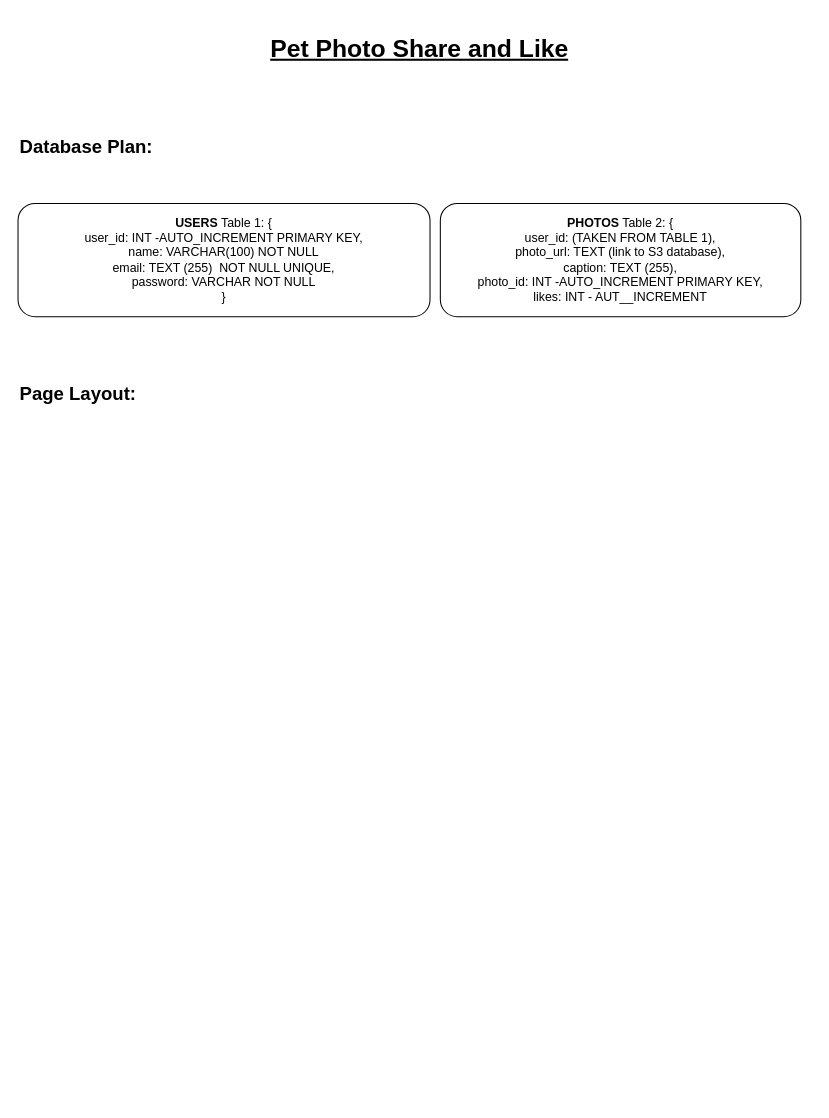
tonesfrantz/flask-app keeps this draw.io diagram as page "Page-1" (1 of 2) of planning_diagrams.drawio. Above is the earlier version. Source tidied: cells renumbered, new cells numbered last; positions are measured from the earlier drawing's top-left corner, leaving out a move shared by most shapes. Both pictures are drawn from the tidied source at 103%, with x=0, y=0 at pixel (18, 28).
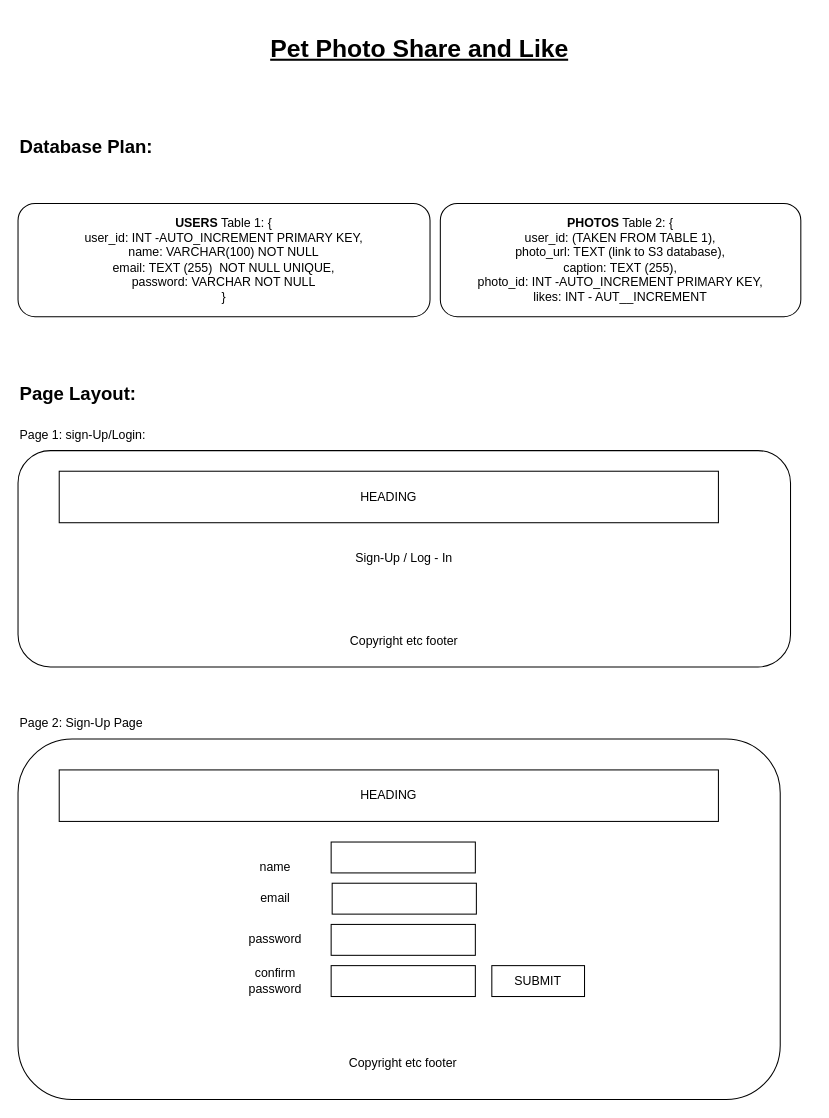
After the change.

Commit message (it also covers changes not shown here):
continued_planning

What changed in the source:
```diff
@@
+    <mxCell id="7" value="Sign-Up / Log - In" style="rounded=1;whiteSpace=wrap;html=1;" parent="1" vertex="1">
+      <mxGeometry y="410" width="750" height="210" as="geometry" />
+    </mxCell>
+    <mxCell id="8" value="Page 1: sign-Up/Login:" style="text;html=1;strokeColor=none;fillColor=none;align=left;verticalAlign=middle;whiteSpace=wrap;rounded=0;" parent="1" vertex="1">
+      <mxGeometry y="380" width="170" height="30" as="geometry" />
+    </mxCell>
+    <mxCell id="9" value="Page 2: Sign-Up Page" style="text;html=1;strokeColor=none;fillColor=none;align=left;verticalAlign=middle;whiteSpace=wrap;rounded=0;" parent="1" vertex="1">
+      <mxGeometry y="660" width="170" height="30" as="geometry" />
+    </mxCell>
+    <mxCell id="10" style="rounded=1;whiteSpace=wrap;html=1;" parent="1" vertex="1">
+      <mxGeometry y="690" width="740" height="350" as="geometry" />
+    </mxCell>
+    <mxCell id="11" value="HEADING" style="rounded=0;whiteSpace=wrap;html=1;" parent="1" vertex="1">
+      <mxGeometry x="40" y="430" width="640" height="50" as="geometry" />
+    </mxCell>
+    <mxCell id="12" value="HEADING" style="rounded=0;whiteSpace=wrap;html=1;" parent="1" vertex="1">
+      <mxGeometry x="40" y="720" width="640" height="50" as="geometry" />
+    </mxCell>
+    <mxCell id="13" style="rounded=0;whiteSpace=wrap;html=1;" parent="1" vertex="1">
+      <mxGeometry x="304" y="790" width="140" height="30" as="geometry" />
+    </mxCell>
+    <mxCell id="14" style="rounded=0;whiteSpace=wrap;html=1;" parent="1" vertex="1">
+      <mxGeometry x="305" y="830" width="140" height="30" as="geometry" />
+    </mxCell>
+    <mxCell id="15" style="rounded=0;whiteSpace=wrap;html=1;" parent="1" vertex="1">
+      <mxGeometry x="304" y="870" width="140" height="30" as="geometry" />
+    </mxCell>
+    <mxCell id="16" style="rounded=0;whiteSpace=wrap;html=1;" parent="1" vertex="1">
+      <mxGeometry x="304" y="910" width="140" height="30" as="geometry" />
+    </mxCell>
+    <mxCell id="17" value="Copyright etc footer" style="text;html=1;strokeColor=none;fillColor=none;align=center;verticalAlign=middle;whiteSpace=wrap;rounded=0;" parent="1" vertex="1">
+      <mxGeometry x="290" y="580" width="170" height="30" as="geometry" />
+    </mxCell>
+    <mxCell id="18" value="Copyright etc footer" style="text;html=1;strokeColor=none;fillColor=none;align=center;verticalAlign=middle;whiteSpace=wrap;rounded=0;" parent="1" vertex="1">
+      <mxGeometry x="289" y="990" width="170" height="30" as="geometry" />
+    </mxCell>
+    <mxCell id="19" value="name" style="text;html=1;strokeColor=none;fillColor=none;align=center;verticalAlign=middle;whiteSpace=wrap;rounded=0;" parent="1" vertex="1">
+      <mxGeometry x="220" y="800" width="60" height="30" as="geometry" />
+    </mxCell>
+    <mxCell id="20" value="email" style="text;html=1;strokeColor=none;fillColor=none;align=center;verticalAlign=middle;whiteSpace=wrap;rounded=0;" parent="1" vertex="1">
+      <mxGeometry x="220" y="830" width="60" height="30" as="geometry" />
+    </mxCell>
+    <mxCell id="21" value="password" style="text;html=1;strokeColor=none;fillColor=none;align=center;verticalAlign=middle;whiteSpace=wrap;rounded=0;" parent="1" vertex="1">
+      <mxGeometry x="220" y="870" width="60" height="30" as="geometry" />
+    </mxCell>
+    <mxCell id="22" value="confirm password" style="text;html=1;strokeColor=none;fillColor=none;align=center;verticalAlign=middle;whiteSpace=wrap;rounded=0;" parent="1" vertex="1">
+      <mxGeometry x="220" y="910" width="60" height="30" as="geometry" />
+    </mxCell>
+    <mxCell id="23" value="SUBMIT" style="rounded=0;whiteSpace=wrap;html=1;" parent="1" vertex="1">
+      <mxGeometry x="460" y="910" width="90" height="30" as="geometry" />
+    </mxCell>
```
